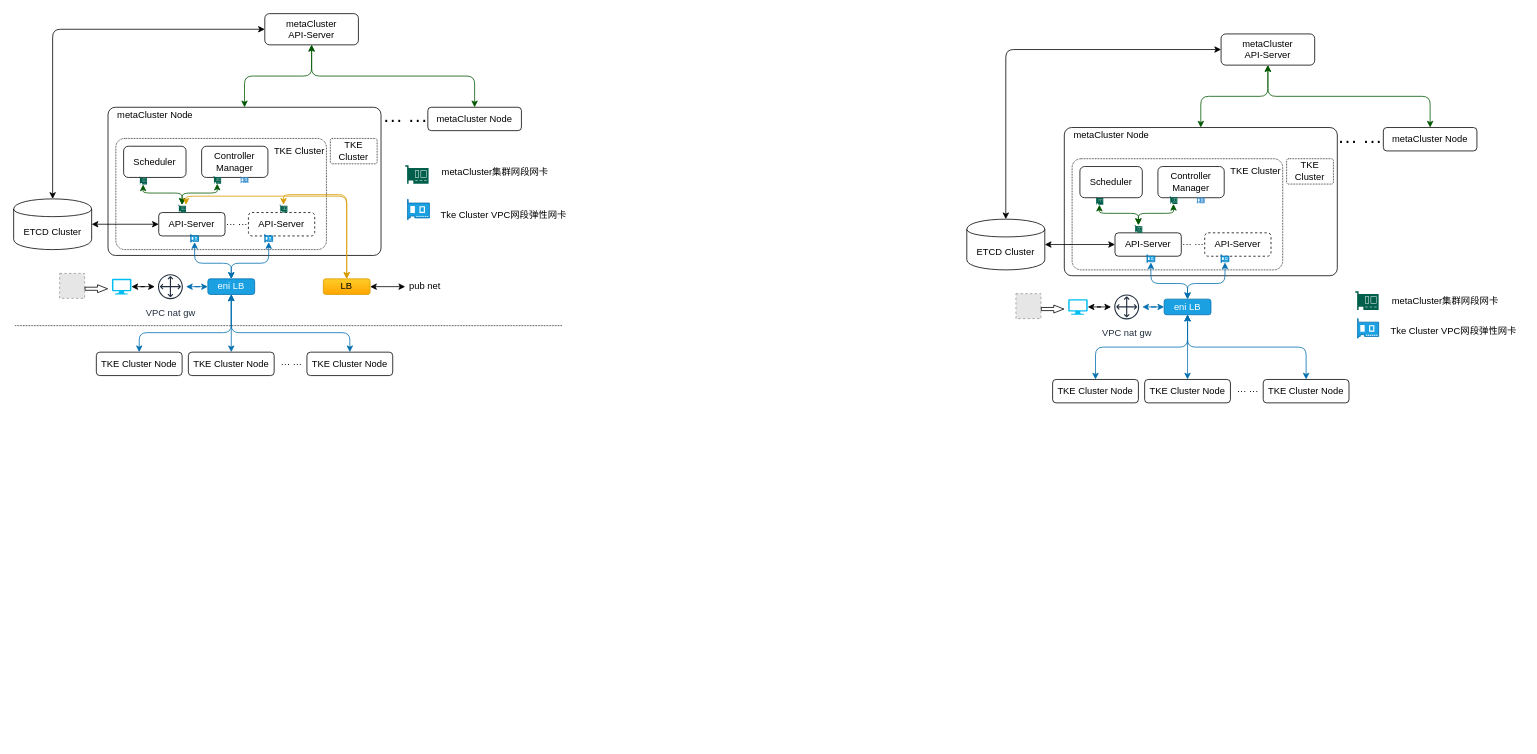
Before: images/hosting-cluster.drawio in miaoyq/miaoyq.github.io, a draw.io diagram. Source tidied: cells renumbered, new cells numbered last; positions are measured from the earlier drawing's top-left corner, leaving out a move shared by most shapes. Both pictures are drawn from the tidied source at 78%, with x=0, y=0 at pixel (13, 13). Pictures stored in the file or linked from it are replaced by grey dashed boxes.
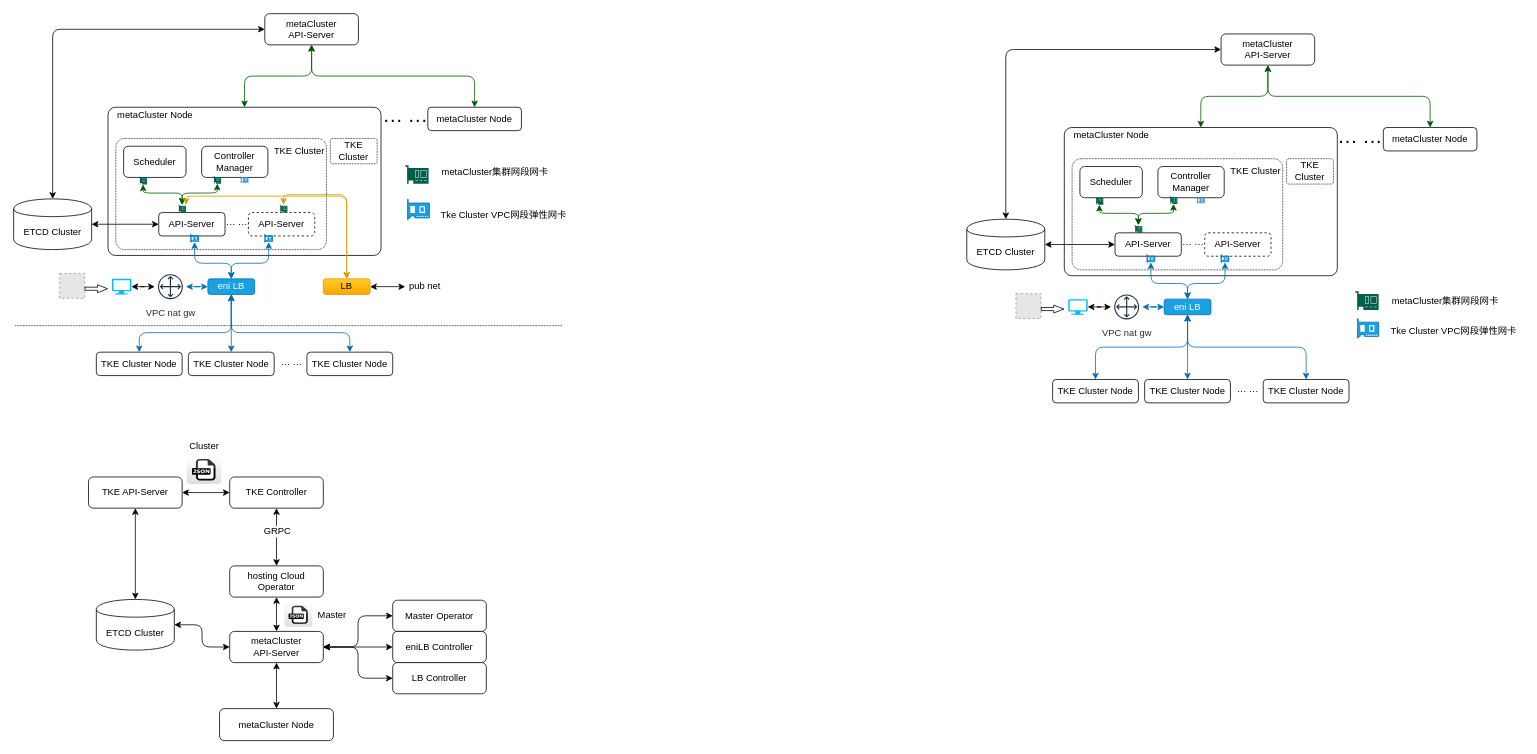
Above is the later version.

The edit, as a diff of the source:
```diff
@@
+    <mxCell id="101" style="edgeStyle=orthogonalEdgeStyle;rounded=1;comic=0;jumpStyle=none;jettySize=auto;html=1;exitX=0;exitY=0.5;exitDx=0;exitDy=0;startArrow=classic;startFill=1;fontSize=12;entryX=1;entryY=0.5;entryDx=0;entryDy=0;" parent="1" edge="1" source="103" target="110">
+      <mxGeometry relative="1" as="geometry" />
+    </mxCell>
+    <mxCell id="102" style="edgeStyle=orthogonalEdgeStyle;rounded=1;comic=0;jumpStyle=none;jettySize=auto;html=1;exitX=0.5;exitY=1;exitDx=0;exitDy=0;entryX=0.5;entryY=0;entryDx=0;entryDy=0;startArrow=classic;startFill=1;fontSize=12;" parent="1" edge="1" source="103" target="115">
+      <mxGeometry relative="1" as="geometry" />
+    </mxCell>
+    <mxCell id="103" value="metaCluster &lt;br&gt;API-Server" style="rounded=1;whiteSpace=wrap;html=1;" parent="1" vertex="1">
+      <mxGeometry x="277" y="792" width="120" height="40" as="geometry" />
+    </mxCell>
+    <mxCell id="104" style="edgeStyle=orthogonalEdgeStyle;rounded=1;comic=0;jumpStyle=none;jettySize=auto;html=1;exitX=0.5;exitY=1;exitDx=0;exitDy=0;entryX=0.5;entryY=0;entryDx=0;entryDy=0;startArrow=classic;startFill=1;fontSize=12;" parent="1" edge="1" source="105" target="110">
+      <mxGeometry relative="1" as="geometry" />
+    </mxCell>
+    <mxCell id="105" value="TKE API-Server" style="rounded=1;whiteSpace=wrap;html=1;" parent="1" vertex="1">
+      <mxGeometry x="96" y="594" width="120" height="40" as="geometry" />
+    </mxCell>
+    <mxCell id="106" style="edgeStyle=orthogonalEdgeStyle;rounded=1;comic=0;jumpStyle=none;jettySize=auto;html=1;exitX=0;exitY=0.5;exitDx=0;exitDy=0;entryX=1;entryY=0.5;entryDx=0;entryDy=0;startArrow=classic;startFill=1;fontSize=12;" parent="1" edge="1" source="109" target="105">
+      <mxGeometry relative="1" as="geometry" />
+    </mxCell>
+    <mxCell id="107" style="edgeStyle=orthogonalEdgeStyle;rounded=1;comic=0;jumpStyle=none;jettySize=auto;html=1;exitX=0.5;exitY=1;exitDx=0;exitDy=0;entryX=0.5;entryY=0;entryDx=0;entryDy=0;startArrow=classic;startFill=1;fontSize=12;" parent="1" edge="1" source="109" target="112">
+      <mxGeometry relative="1" as="geometry" />
+    </mxCell>
+    <mxCell id="108" value="GRPC" style="text;html=1;align=center;verticalAlign=middle;labelBackgroundColor=#ffffff;fontSize=12;" parent="107" vertex="1">
+      <mxGeometry x="-0.28" y="-7" relative="1" as="geometry">
+        <mxPoint x="7.5" y="2.1" as="offset" />
+      </mxGeometry>
+    </mxCell>
+    <mxCell id="109" value="TKE Controller" style="rounded=1;whiteSpace=wrap;html=1;" parent="1" vertex="1">
+      <mxGeometry x="277" y="594" width="120" height="40" as="geometry" />
+    </mxCell>
+    <mxCell id="110" value="ETCD Cluster" style="shape=cylinder;whiteSpace=wrap;html=1;boundedLbl=1;backgroundOutline=1;" parent="1" vertex="1">
+      <mxGeometry x="106" y="751" width="100" height="65" as="geometry" />
+    </mxCell>
+    <mxCell id="111" style="edgeStyle=orthogonalEdgeStyle;rounded=1;comic=0;jumpStyle=none;jettySize=auto;html=1;exitX=0.5;exitY=1;exitDx=0;exitDy=0;entryX=0.5;entryY=0;entryDx=0;entryDy=0;startArrow=classic;startFill=1;fontSize=12;" parent="1" edge="1" source="112" target="103">
+      <mxGeometry relative="1" as="geometry" />
+    </mxCell>
+    <mxCell id="112" value="hosting Cloud Operator" style="rounded=1;whiteSpace=wrap;html=1;" parent="1" vertex="1">
+      <mxGeometry x="277" y="708" width="120" height="40" as="geometry" />
+    </mxCell>
+    <mxCell id="113" style="edgeStyle=orthogonalEdgeStyle;rounded=1;comic=0;jumpStyle=none;jettySize=auto;html=1;startArrow=classic;startFill=1;fontSize=12;" parent="1" edge="1" source="114" target="103">
+      <mxGeometry relative="1" as="geometry" />
+    </mxCell>
+    <mxCell id="114" value="Master Operator" style="rounded=1;whiteSpace=wrap;html=1;" parent="1" vertex="1">
+      <mxGeometry x="486" y="752" width="120" height="40" as="geometry" />
+    </mxCell>
+    <mxCell id="115" value="metaCluster Node" style="rounded=1;whiteSpace=wrap;html=1;" parent="1" vertex="1">
+      <mxGeometry x="264" y="891" width="146" height="41" as="geometry" />
+    </mxCell>
+    <mxCell id="116" style="edgeStyle=orthogonalEdgeStyle;rounded=1;comic=0;jumpStyle=none;jettySize=auto;html=1;exitX=0;exitY=0.5;exitDx=0;exitDy=0;entryX=1;entryY=0.5;entryDx=0;entryDy=0;startArrow=classic;startFill=1;fontSize=12;" parent="1" edge="1" source="117" target="103">
+      <mxGeometry relative="1" as="geometry" />
+    </mxCell>
+    <mxCell id="117" value="eniLB Controller" style="rounded=1;whiteSpace=wrap;html=1;" parent="1" vertex="1">
+      <mxGeometry x="486" y="792" width="120" height="40" as="geometry" />
+    </mxCell>
+    <mxCell id="118" style="dashed=0;html=1;align=center;labelPosition=center;verticalLabelPosition=bottom;verticalAlign=top;shape=mxgraph.webicons.json;gradientColor=#DFDEDE;dashPattern=1 1;fontSize=12;" parent="1" vertex="1">
+      <mxGeometry x="222" y="566" width="44" height="37" as="geometry" />
+    </mxCell>
+    <mxCell id="119" value="Cluster" style="text;html=1;align=center;verticalAlign=middle;fontSize=12;" parent="1" vertex="1">
+      <mxGeometry x="220" y="546" width="48" height="18" as="geometry" />
+    </mxCell>
+    <mxCell id="120" style="dashed=0;html=1;align=center;labelPosition=center;verticalLabelPosition=bottom;verticalAlign=top;shape=mxgraph.webicons.json;gradientColor=#DFDEDE;dashPattern=1 1;fontSize=12;" parent="1" vertex="1">
+      <mxGeometry x="347" y="755" width="36" height="31" as="geometry" />
+    </mxCell>
+    <mxCell id="121" value="Master" style="text;html=1;align=center;verticalAlign=middle;fontSize=12;" parent="1" vertex="1">
+      <mxGeometry x="384" y="761.5" width="47" height="18" as="geometry" />
+    </mxCell>
+    <mxCell id="122" style="edgeStyle=orthogonalEdgeStyle;rounded=1;comic=0;jumpStyle=none;jettySize=auto;html=1;exitX=0;exitY=0.5;exitDx=0;exitDy=0;entryX=1;entryY=0.5;entryDx=0;entryDy=0;startArrow=classic;startFill=1;fontSize=12;" parent="1" edge="1" source="123" target="103">
+      <mxGeometry relative="1" as="geometry" />
+    </mxCell>
+    <mxCell id="123" value="LB Controller" style="rounded=1;whiteSpace=wrap;html=1;" parent="1" vertex="1">
+      <mxGeometry x="486" y="832" width="120" height="40" as="geometry" />
+    </mxCell>
```
